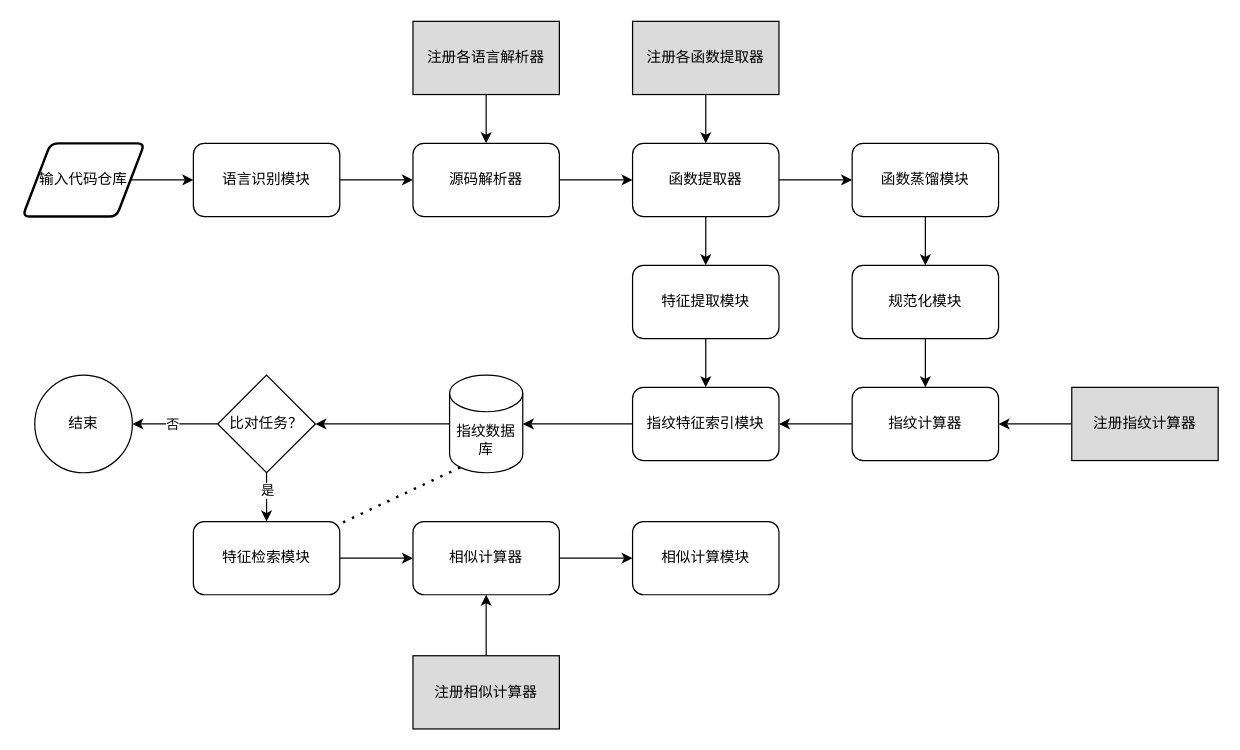
Before: 系统实现图.drawio in wanghaoxu001/cloudimg, a draw.io diagram. Source tidied: cells renumbered, new cells numbered last; positions are measured from the earlier drawing's top-left corner, leaving out a move shared by most shapes. Both pictures are drawn from the tidied source at 122%, with x=0, y=0 at pixel (22, 21).
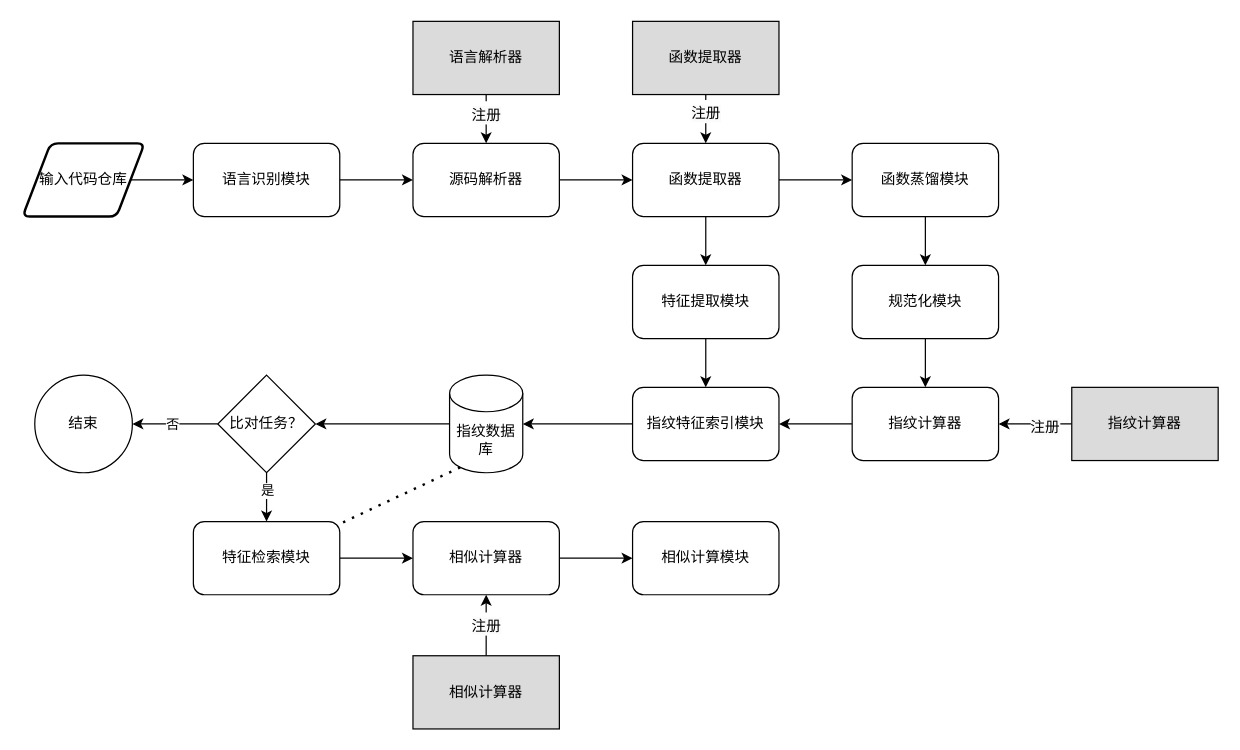
The same page after the edit.

Commit message:
更新系统实现图.drawio

Unchanged cells that the change refers to:
```xml
<mxCell id="34" style="edgeStyle=none;rounded=0;jettySize=auto;html=1;" parent="1" edge="1" source="35" target="7">
  <mxGeometry relative="1" as="geometry" />
</mxCell>
<mxCell id="36" style="edgeStyle=none;rounded=0;jettySize=auto;html=1;" parent="1" edge="1" source="37" target="10">
  <mxGeometry relative="1" as="geometry" />
</mxCell>
<mxCell id="38" style="edgeStyle=none;rounded=0;jettySize=auto;html=1;" parent="1" edge="1" source="39" target="16">
  <mxGeometry relative="1" as="geometry" />
</mxCell>
<mxCell id="40" style="edgeStyle=none;rounded=0;jettySize=auto;html=1;" parent="1" edge="1" source="41" target="32">
  <mxGeometry relative="1" as="geometry" />
</mxCell>
```

Change to the diagram source:
```diff
@@
+    <mxCell id="43" value="&lt;span style=&quot;font-size: 12px; background-color: rgb(251, 251, 251);&quot;&gt;注册&lt;/span&gt;" style="edgeLabel;html=1;align=center;verticalAlign=middle;fontSize=16;" parent="34" vertex="1">
+      <mxGeometry x="-0.3" y="-1" relative="1" as="geometry" />
+    </mxCell>
-    <mxCell id="35" value="注册各语言解析器" style="rounded=0;whiteSpace=wrap;html=1;fillColor=#DBDBDB;" parent="1" vertex="1">
+    <mxCell id="35" value="语言解析器" style="rounded=0;whiteSpace=wrap;html=1;fillColor=#DBDBDB;" parent="1" vertex="1">
       <mxGeometry x="320" width="120" height="60" as="geometry" />
     </mxCell>
@@
+    <mxCell id="44" value="&lt;span style=&quot;font-size: 12px; background-color: rgb(251, 251, 251);&quot;&gt;注册&lt;/span&gt;" style="edgeLabel;html=1;align=center;verticalAlign=middle;fontSize=16;" parent="36" vertex="1">
+      <mxGeometry x="-0.35" y="-1" relative="1" as="geometry" />
+    </mxCell>
-    <mxCell id="37" value="注册各函数提取器" style="rounded=0;whiteSpace=wrap;html=1;fillColor=#DBDBDB;" parent="1" vertex="1">
+    <mxCell id="37" value="函数提取器" style="rounded=0;whiteSpace=wrap;html=1;fillColor=#DBDBDB;" parent="1" vertex="1">
       <mxGeometry x="500" width="120" height="60" as="geometry" />
     </mxCell>
@@
+    <mxCell id="45" value="&lt;span style=&quot;font-size: 12px; background-color: rgb(251, 251, 251);&quot;&gt;注册&lt;/span&gt;" style="edgeLabel;html=1;align=center;verticalAlign=middle;fontSize=16;" parent="38" vertex="1">
+      <mxGeometry x="0.2" y="-1" relative="1" as="geometry">
+        <mxPoint x="13" y="1" as="offset" />
+      </mxGeometry>
+    </mxCell>
-    <mxCell id="39" value="注册指纹计算器" style="rounded=0;whiteSpace=wrap;html=1;fillColor=#DBDBDB;" parent="1" vertex="1">
+    <mxCell id="39" value="指纹计算器" style="rounded=0;whiteSpace=wrap;html=1;fillColor=#DBDBDB;" parent="1" vertex="1">
       <mxGeometry x="860" y="300" width="120" height="60" as="geometry" />
     </mxCell>
@@
+    <mxCell id="46" value="&lt;span style=&quot;font-size: 12px; background-color: rgb(251, 251, 251);&quot;&gt;注册&lt;/span&gt;" style="edgeLabel;html=1;align=center;verticalAlign=middle;fontSize=16;" parent="40" vertex="1">
+      <mxGeometry x="0.08" y="1" relative="1" as="geometry" />
+    </mxCell>
-    <mxCell id="41" value="注册相似计算器" style="rounded=0;whiteSpace=wrap;html=1;fillColor=#DBDBDB;" parent="1" vertex="1">
+    <mxCell id="41" value="相似计算器" style="rounded=0;whiteSpace=wrap;html=1;fillColor=#DBDBDB;" parent="1" vertex="1">
       <mxGeometry x="320" y="520" width="120" height="60" as="geometry" />
     </mxCell>
```
